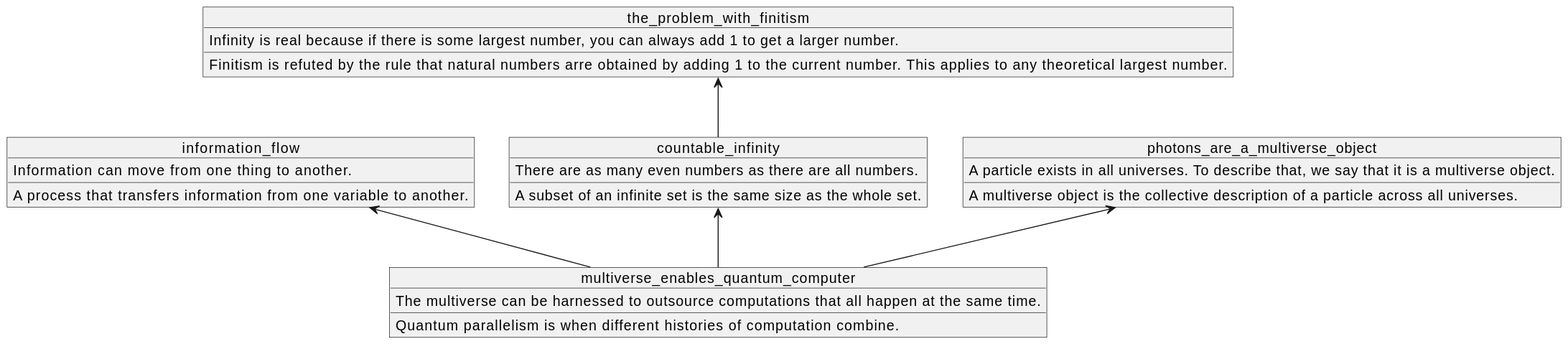
This is docs/assets/images_quick_boi/bolq_diagram_multiverse_enables_quantum_computer/bolq_diagram_multiverse_enables_quantum_computer.svg from ceramic-sf/ceramic-sf.github.io, a PlantUML export, as it was before one commit.
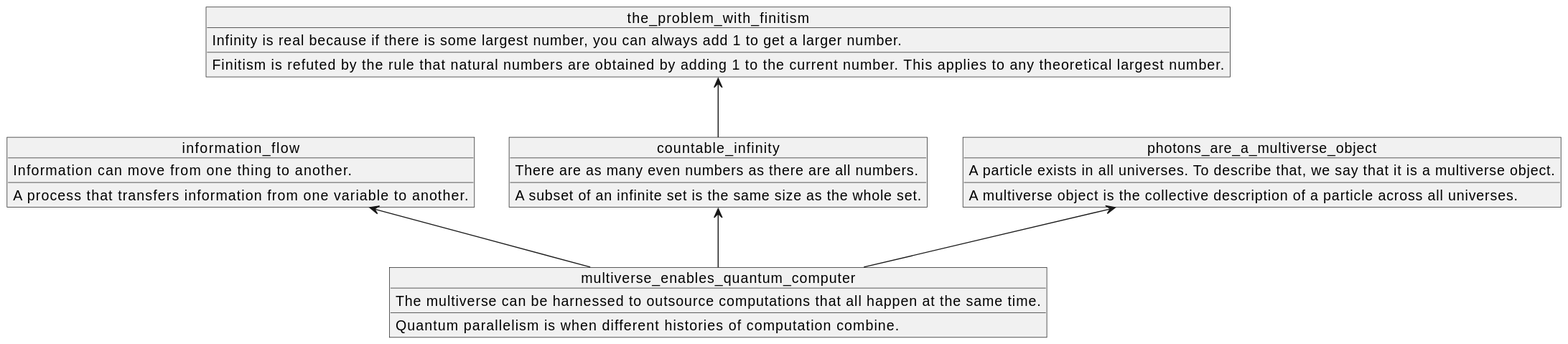
Later version of the same file.

What changed in the source:
```diff
@@ -31,6 +31,6 @@
 object the_problem_with_finitism {
 Infinity is real because if there is some largest number, you can always add 1 to get a larger number.
 ____
-Finitism is refuted by the rule that natural numbers arre obtained by adding 1 to the current number. This applies to any theoretical largest number.
+Finitism is refuted by the rule that natural numbers are obtained by adding 1 to the current number. This applies to any theoretical largest number.
 }
 @enduml
```
